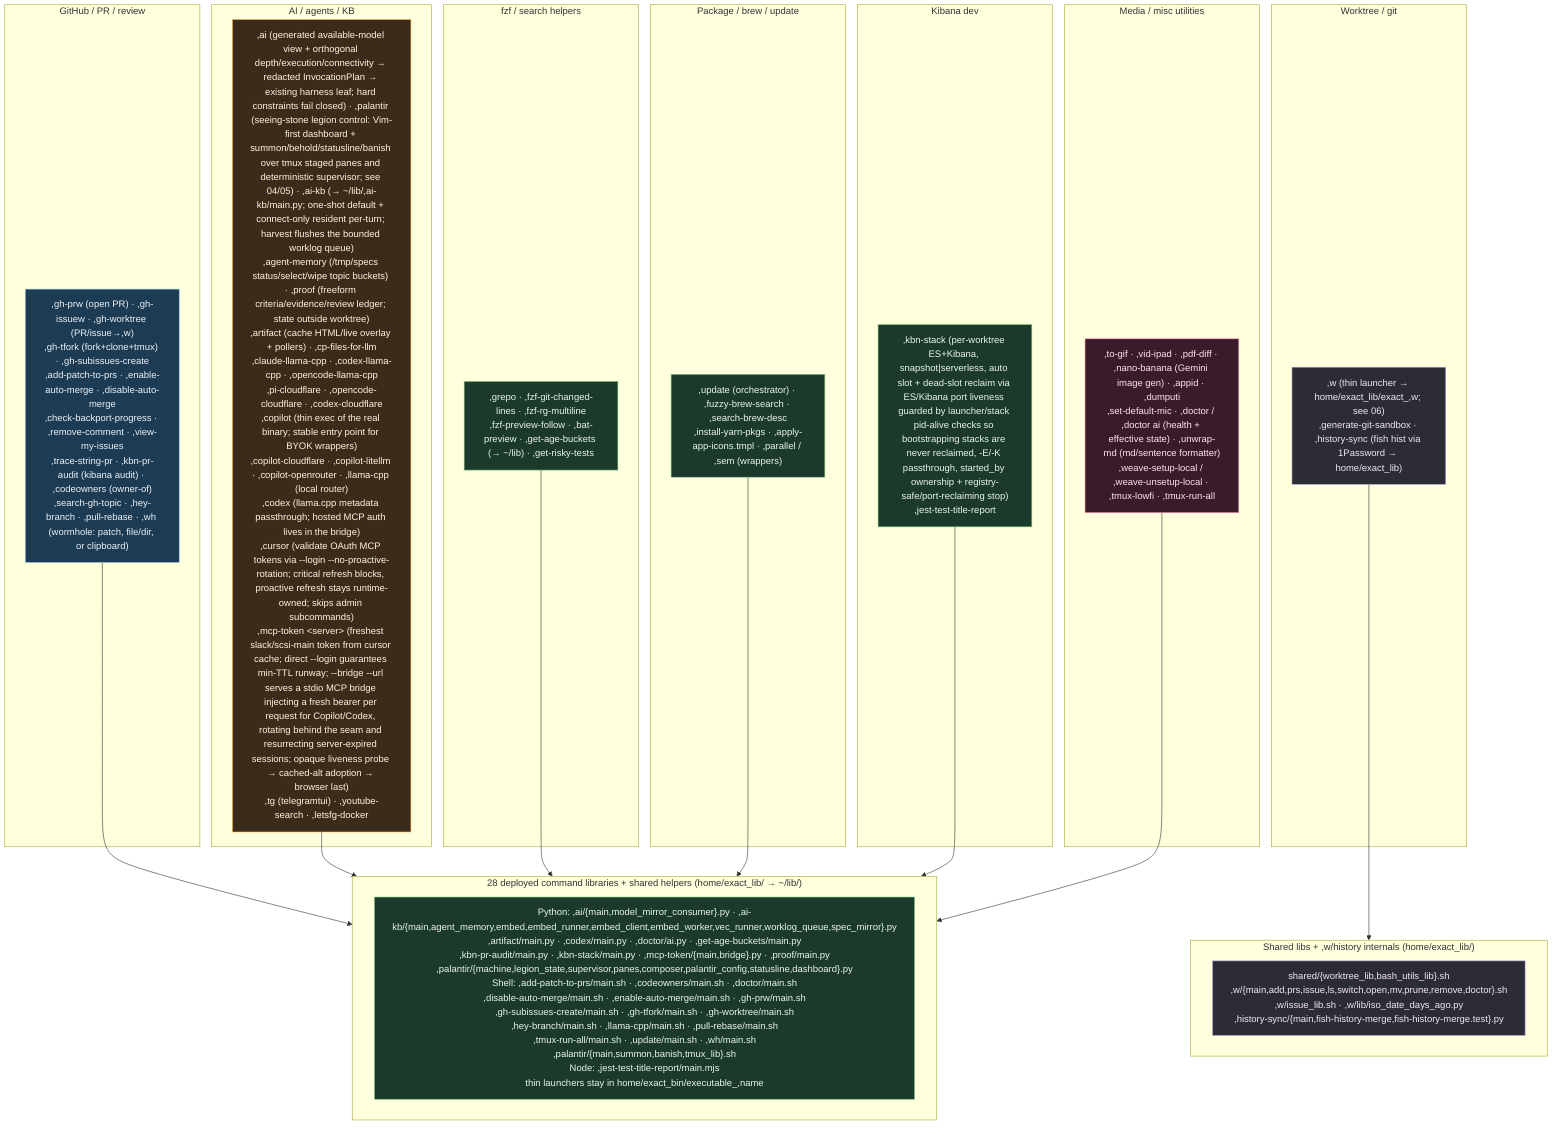
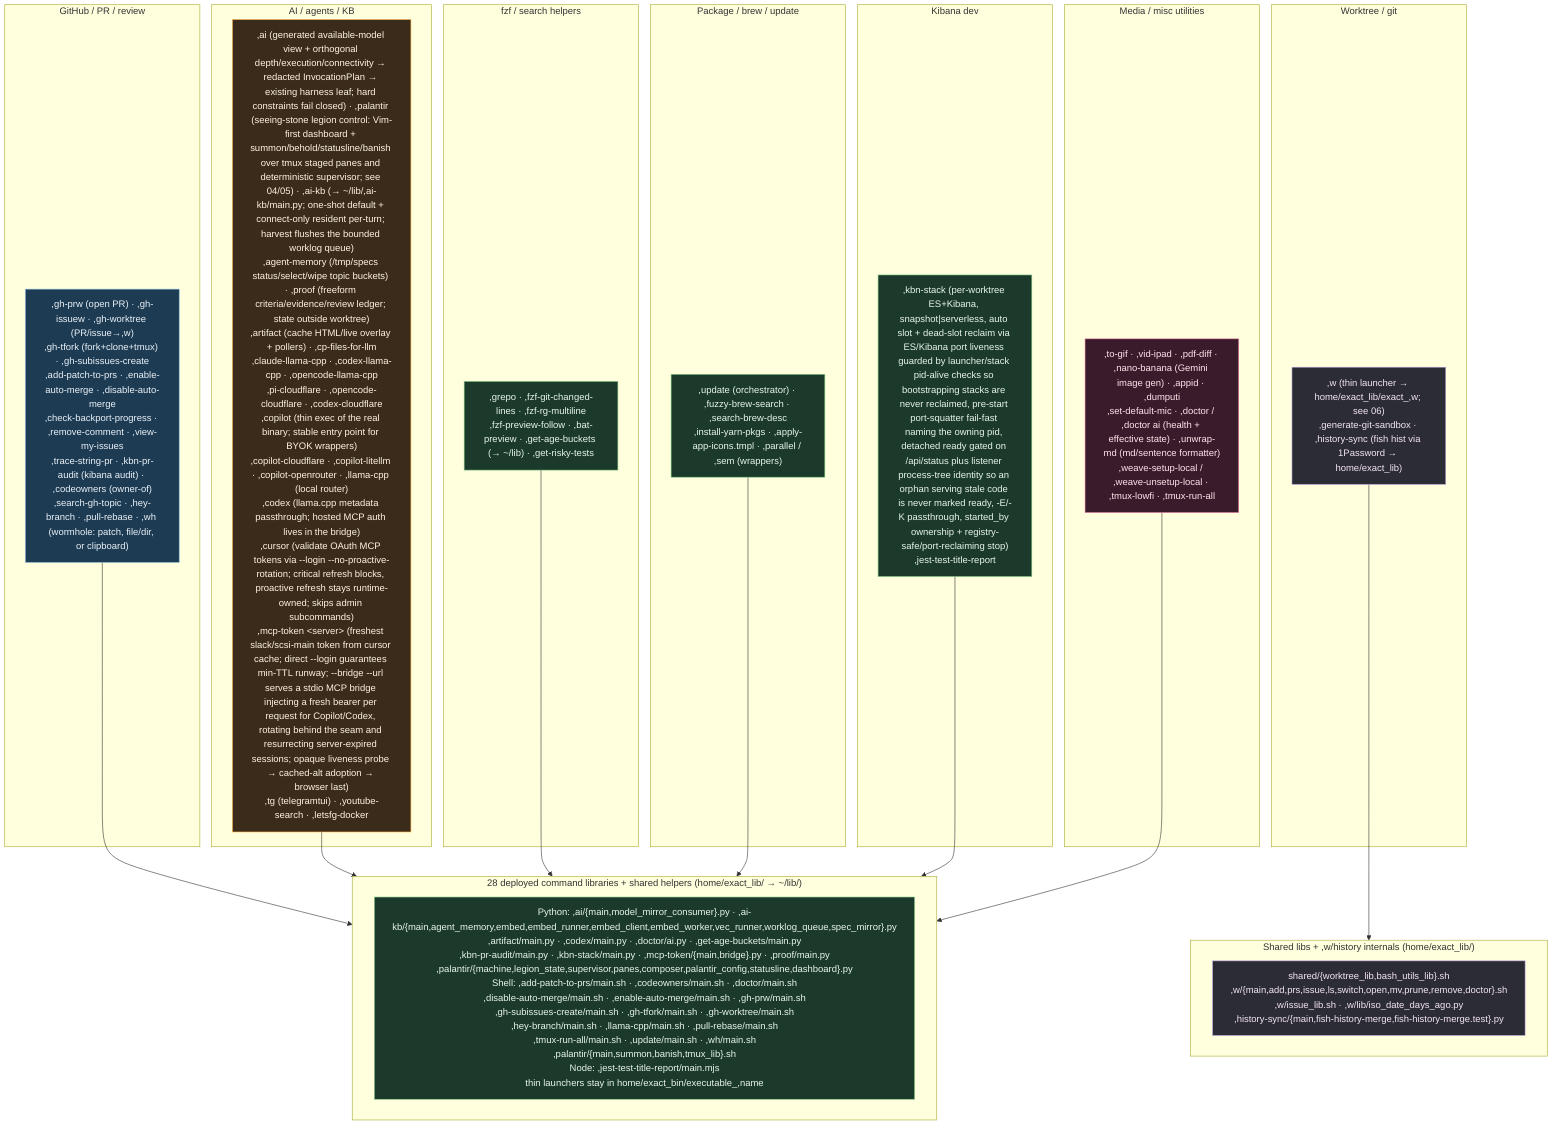
%% ============================================================================
%% 07c-bin-commands.mmd — Every thin command in home/exact_bin/ (74 thin commands)
%% plus deployed internals in home/exact_lib/ (66 command/shared library files).
%% executable_,* → ~/bin/,* (comma-prefixed user commands); home/exact_lib/exact_,name/
%% → ~/lib/,name/. verify-bin-surface keeps each command covered by fish
%% completions, docs, catalog, and non-orphaned command libraries.
%% ============================================================================
flowchart TB
    classDef gh fill:#1d3b53,stroke:#7fb3d5,color:#eaf2f8;
    classDef wt fill:#2c2c34,stroke:#b39ddb,color:#f3e5f5;
    classDef ai fill:#3a2b1b,stroke:#ffb74d,color:#fff3e0;
    classDef media fill:#3a1b2b,stroke:#f48fb1,color:#fce4ec;
    classDef sys fill:#1b3a2b,stroke:#81c784,color:#e8f5e9;

    subgraph GHC["GitHub / PR / review"]
        G[",gh-prw (open PR) · ,gh-issuew · ,gh-worktree (PR/issue→,w)<br/>,gh-tfork (fork+clone+tmux) · ,gh-subissues-create<br/>,add-patch-to-prs · ,enable-auto-merge · ,disable-auto-merge<br/>,check-backport-progress · ,remove-comment · ,view-my-issues<br/>,trace-string-pr · ,kbn-pr-audit (kibana audit) · ,codeowners (owner-of)<br/>,search-gh-topic · ,hey-branch · ,pull-rebase · ,wh (wormhole: patch, file/dir, or clipboard)"]:::gh
    end

    subgraph WTC["Worktree / git"]
        W[",w (thin launcher → home/exact_lib/exact_,w; see 06)<br/>,generate-git-sandbox · ,history-sync (fish hist via 1Password → home/exact_lib)"]:::wt
    end

    subgraph AIC["AI / agents / KB"]
        A[",ai (generated available-model view + orthogonal depth/execution/connectivity → redacted InvocationPlan → existing harness leaf; hard constraints fail closed) · ,palantir (seeing-stone legion control: Vim-first dashboard + summon/behold/statusline/banish over tmux staged panes and deterministic supervisor; see 04/05) · ,ai-kb (→ ~/lib/,ai-kb/main.py; one-shot default + connect-only resident per-turn; harvest flushes the bounded worklog queue)<br/>,agent-memory (/tmp/specs status/select/wipe topic buckets) · ,proof (freeform criteria/evidence/review ledger; state outside worktree)<br/>,artifact (cache HTML/live overlay + pollers) · ,cp-files-for-llm<br/>,claude-llama-cpp · ,codex-llama-cpp · ,opencode-llama-cpp<br/>,pi-cloudflare · ,opencode-cloudflare · ,codex-cloudflare<br/>,copilot (thin exec of the real binary; stable entry point for BYOK wrappers)<br/>,copilot-cloudflare · ,copilot-litellm · ,copilot-openrouter · ,llama-cpp (local router)<br/>,codex (llama.cpp metadata passthrough; hosted MCP auth lives in the bridge)<br/>,cursor (validate OAuth MCP tokens via --login --no-proactive-rotation; critical refresh blocks, proactive refresh stays runtime-owned; skips admin subcommands)<br/>,mcp-token &lt;server&gt; (freshest slack/scsi-main token from cursor cache; direct --login guarantees min-TTL runway; --bridge --url serves a stdio MCP bridge injecting a fresh bearer per request for Copilot/Codex, rotating behind the seam and resurrecting server-expired sessions; opaque liveness probe → cached-alt adoption → browser last)<br/>,tg (telegramtui) · ,youtube-search · ,letsfg-docker"]:::ai
    end

    subgraph FZFC["fzf / search helpers"]
        F[",grepo · ,fzf-git-changed-lines · ,fzf-rg-multiline<br/>,fzf-preview-follow · ,bat-preview · ,get-age-buckets (→ ~/lib) · ,get-risky-tests"]:::sys
    end

    subgraph PKGC["Package / brew / update"]
        P[",update (orchestrator) · ,fuzzy-brew-search · ,search-brew-desc<br/>,install-yarn-pkgs · ,apply-app-icons.tmpl · ,parallel / ,sem (wrappers)"]:::sys
    end

    subgraph KBNC["Kibana dev"]
-         K[",kbn-stack (per-worktree ES+Kibana, snapshot|serverless, auto slot + dead-slot reclaim via ES/Kibana port liveness guarded by launcher/stack pid-alive checks so bootstrapping stacks are never reclaimed, -E/-K passthrough, started_by ownership + registry-safe/port-reclaiming stop)<br/>,jest-test-title-report"]:::sys
+         K[",kbn-stack (per-worktree ES+Kibana, snapshot|serverless, auto slot + dead-slot reclaim via ES/Kibana port liveness guarded by launcher/stack pid-alive checks so bootstrapping stacks are never reclaimed, pre-start port-squatter fail-fast naming the owning pid, detached ready gated on /api/status plus listener process-tree identity so an orphan serving stale code is never marked ready, -E/-K passthrough, started_by ownership + registry-safe/port-reclaiming stop)<br/>,jest-test-title-report"]:::sys
    end

    subgraph MEDIA["Media / misc utilities"]
        M[",to-gif · ,vid-ipad · ,pdf-diff · ,nano-banana (Gemini image gen) · ,appid · ,dumputi<br/>,set-default-mic · ,doctor / ,doctor ai (health + effective state) · ,unwrap-md (md/sentence formatter)<br/>,weave-setup-local / ,weave-unsetup-local · ,tmux-lowfi · ,tmux-run-all"]:::media
    end

    subgraph LIBS["Shared libs + ,w/history internals (home/exact_lib/)"]
        L["shared/{worktree_lib,bash_utils_lib}.sh<br/>,w/{main,add,prs,issue,ls,switch,open,mv,prune,remove,doctor}.sh<br/>,w/issue_lib.sh · ,w/lib/iso_date_days_ago.py<br/>,history-sync/{main,fish-history-merge,fish-history-merge.test}.py"]:::wt
    end
    W --> LIBS

    subgraph CMDLIBS["28 deployed command libraries + shared helpers (home/exact_lib/ → ~/lib/)"]
        CL["Python: ,ai/{main,model_mirror_consumer}.py · ,ai-kb/{main,agent_memory,embed,embed_runner,embed_client,embed_worker,vec_runner,worklog_queue,spec_mirror}.py<br/>,artifact/main.py · ,codex/main.py · ,doctor/ai.py · ,get-age-buckets/main.py<br/>,kbn-pr-audit/main.py · ,kbn-stack/main.py · ,mcp-token/{main,bridge}.py · ,proof/main.py<br/>,palantir/{machine,legion_state,supervisor,panes,composer,palantir_config,statusline,dashboard}.py<br/>Shell: ,add-patch-to-prs/main.sh · ,codeowners/main.sh · ,doctor/main.sh<br/>,disable-auto-merge/main.sh · ,enable-auto-merge/main.sh · ,gh-prw/main.sh<br/>,gh-subissues-create/main.sh · ,gh-tfork/main.sh · ,gh-worktree/main.sh<br/>,hey-branch/main.sh · ,llama-cpp/main.sh · ,pull-rebase/main.sh<br/>,tmux-run-all/main.sh · ,update/main.sh · ,wh/main.sh<br/>,palantir/{main,summon,banish,tmux_lib}.sh<br/>Node: ,jest-test-title-report/main.mjs<br/>thin launchers stay in home/exact_bin/executable_,name"]:::sys
    end
    G --> CMDLIBS
    A --> CMDLIBS
    F --> CMDLIBS
    P --> CMDLIBS
    K --> CMDLIBS
    M --> CMDLIBS
